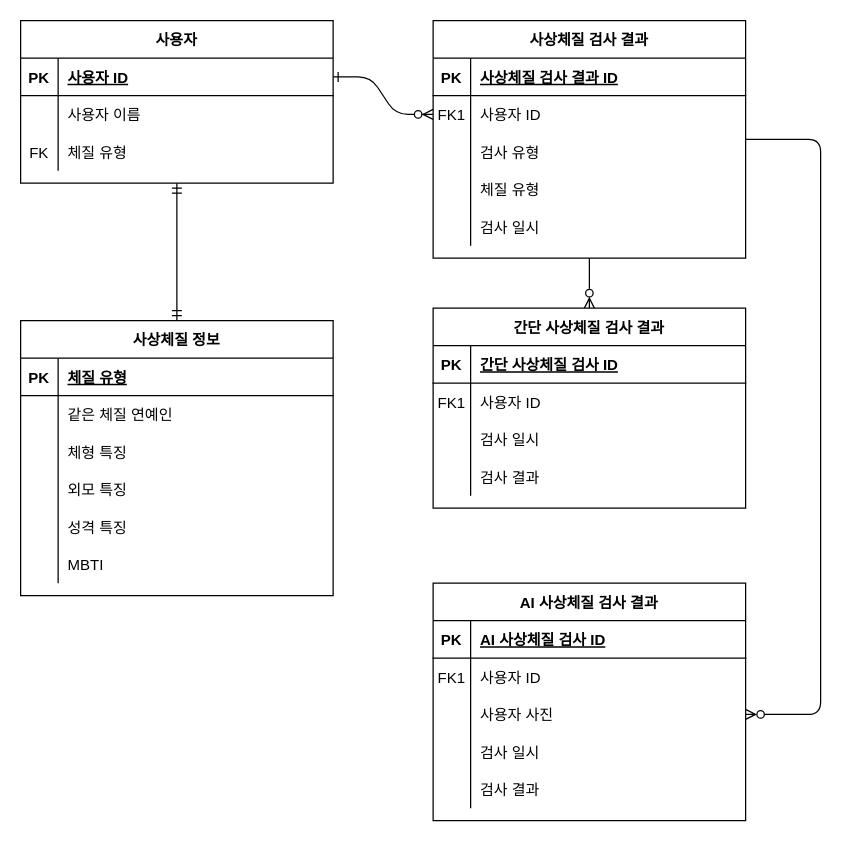
nohhow/TIL keeps this draw.io diagram as Sasang Entity Relationship Diagram.drawio. Above is the earlier version. Source tidied: cells renumbered, new cells numbered last; positions are measured from the earlier drawing's top-left corner, leaving out a move shared by most shapes. Both pictures are drawn from the tidied source at 125%, with x=0, y=0 at pixel (20, 20).
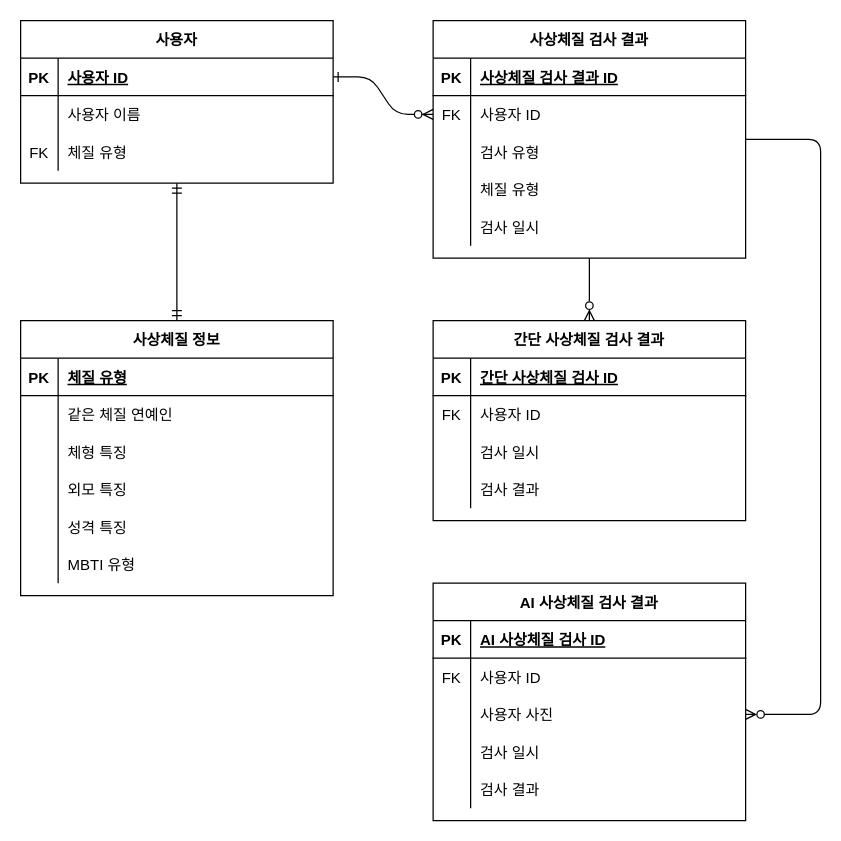
After the change.

The change refers to these unchanged cells:
```xml
<mxCell id="9" style="shape=partialRectangle;fillColor=none;points=[[0,0.5],[1,0.5]];portConstraint=eastwest;top=0;left=0;right=0;bottom=0;" parent="5" vertex="1">
  <mxGeometry y="60" width="250" height="30" as="geometry" />
</mxCell>
<mxCell id="25" style="shape=partialRectangle;fillColor=none;top=0;left=0;right=0;bottom=0;" parent="21" vertex="1">
  <mxGeometry y="60" width="250" height="30" as="geometry" />
</mxCell>
<mxCell id="64" style="shape=partialRectangle;fillColor=none;top=0;left=0;bottom=0;right=0;" parent="48" vertex="1">
  <mxGeometry y="180" width="250" height="30" as="geometry" />
</mxCell>
<mxCell id="71" style="shape=partialRectangle;fillColor=none;top=0;left=0;right=0;bottom=0;" parent="67" vertex="1">
  <mxGeometry y="60" width="250" height="30" as="geometry" />
</mxCell>
```

What changed in the source:
```diff
@@
-    <mxCell id="10" value="FK1" style="shape=partialRectangle;overflow=hidden;fillColor=none;top=0;left=0;bottom=0;right=0;" parent="9" vertex="1">
+    <mxCell id="10" value="FK" style="shape=partialRectangle;overflow=hidden;fillColor=none;top=0;left=0;bottom=0;right=0;" parent="9" vertex="1">
       <mxGeometry width="30" height="30" as="geometry" />
     </mxCell>
@@
-    <mxCell id="26" value="FK1" style="shape=partialRectangle;overflow=hidden;fillColor=none;top=0;left=0;bottom=0;right=0;" parent="25" vertex="1">
+    <mxCell id="26" value="FK" style="shape=partialRectangle;overflow=hidden;fillColor=none;top=0;left=0;bottom=0;right=0;" parent="25" vertex="1">
       <mxGeometry width="30" height="30" as="geometry" />
     </mxCell>
@@
-    <mxCell id="66" value="MBTI" style="shape=partialRectangle;fillColor=none;top=0;left=0;bottom=0;right=0;align=left;spacingLeft=6;overflow=hidden;" parent="64" vertex="1">
+    <mxCell id="66" value="MBTI 유형" style="shape=partialRectangle;fillColor=none;top=0;left=0;bottom=0;right=0;align=left;spacingLeft=6;overflow=hidden;" parent="64" vertex="1">
       <mxGeometry x="30" width="220" height="30" as="geometry" />
     </mxCell>
     <mxCell id="67" value="간단 사상체질 검사 결과" style="shape=table;startSize=30;childLayout=tableLayout;rowLines=0;fontStyle=1;align=center;" parent="1" vertex="1">
-      <mxGeometry x="330" y="230" width="250" height="160" as="geometry" />
+      <mxGeometry x="330" y="240" width="250" height="160" as="geometry" />
     </mxCell>
@@
-    <mxCell id="72" value="FK1" style="shape=partialRectangle;overflow=hidden;fillColor=none;top=0;left=0;bottom=0;right=0;" parent="71" vertex="1">
+    <mxCell id="72" value="FK" style="shape=partialRectangle;overflow=hidden;fillColor=none;top=0;left=0;bottom=0;right=0;" parent="71" vertex="1">
       <mxGeometry width="30" height="30" as="geometry" />
     </mxCell>
```
